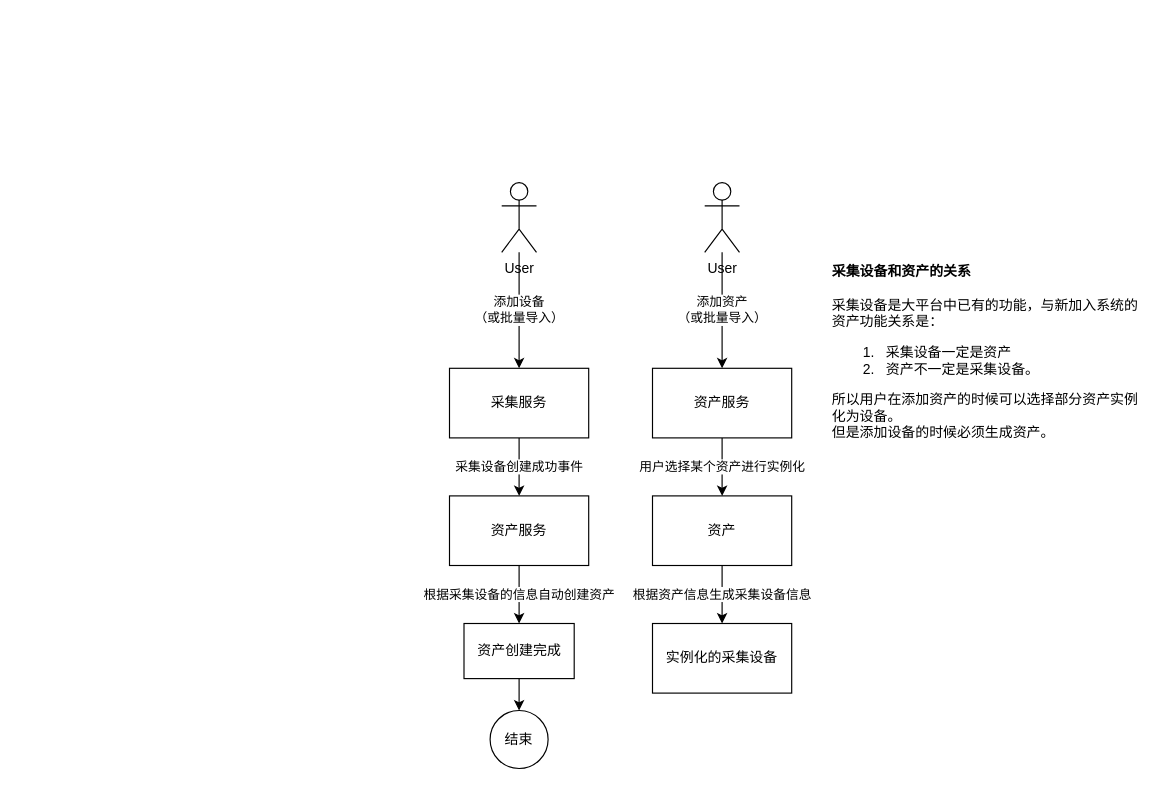
Above: page "根据设备生成资产" (4 of 4) of test.drawio in Jarris3154/drawios (draw.io), before the change. Source tidied: cells renumbered, new cells numbered last; positions are measured from the earlier drawing's top-left corner, leaving out a move shared by most shapes. Both pictures are drawn from the tidied source at 116%, with x=0, y=0 at pixel (449, 182).
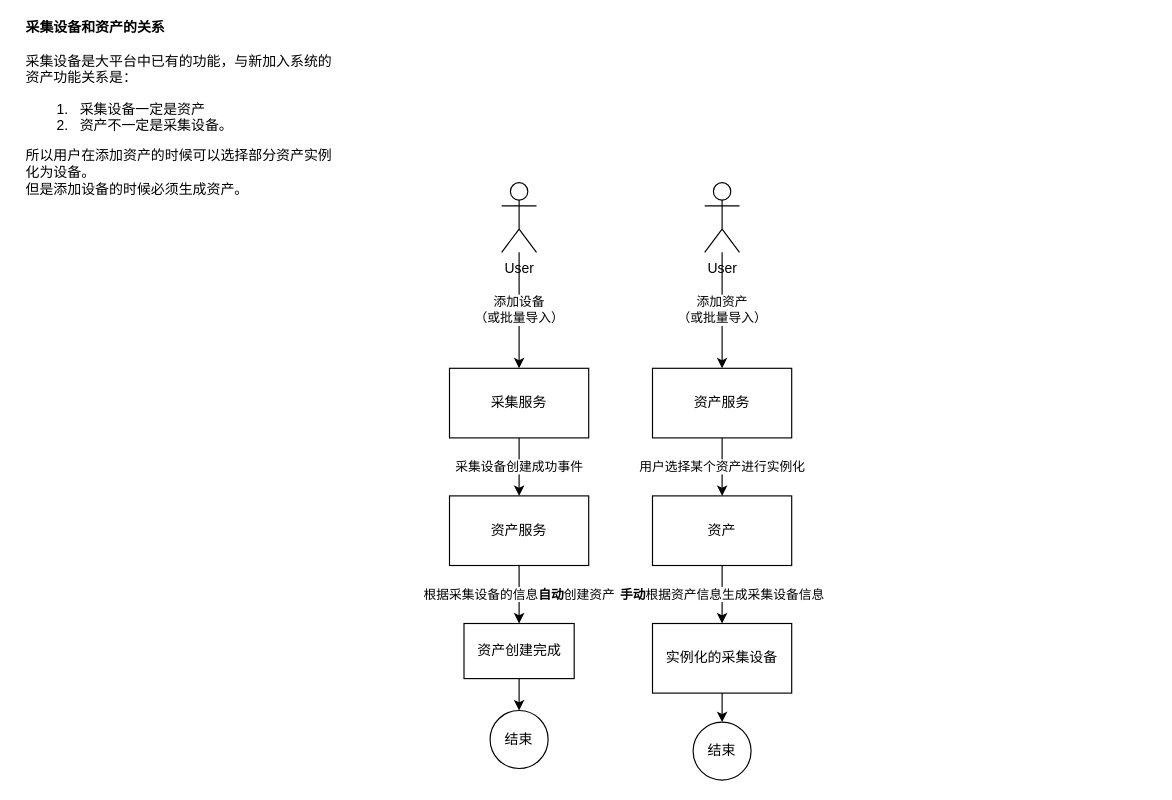
After the change.

Commit message:
更新自动生成设备和资产的关系

The change refers to these unchanged cells:
```xml
<mxCell id="3" value="资产服务" style="rounded=0;whiteSpace=wrap;html=1;" parent="1" vertex="1">
  <mxGeometry y="270" width="120" height="60" as="geometry" />
</mxCell>
<mxCell id="9" value="资产" style="rounded=0;whiteSpace=wrap;html=1;" parent="1" vertex="1">
  <mxGeometry x="175" y="270" width="120" height="60" as="geometry" />
</mxCell>
<mxCell id="15" value="资产创建完成" style="rounded=0;whiteSpace=wrap;html=1;" parent="1" vertex="1">
  <mxGeometry x="12.5" y="380" width="95" height="47.5" as="geometry" />
</mxCell>
<mxCell id="17" value="实例化的采集设备" style="rounded=0;whiteSpace=wrap;html=1;" parent="1" vertex="1">
  <mxGeometry x="175" y="380" width="120" height="60" as="geometry" />
</mxCell>
```

Diff of the diagram source:
```diff
@@
-    <mxCell id="2" value="根据采集设备的信息自动创建资产" style="edgeStyle=none;rounded=0;jettySize=auto;html=1;entryX=0.5;entryY=0;entryDx=0;entryDy=0;" parent="1" edge="1" source="3" target="15">
+    <mxCell id="2" value="根据采集设备的信息&lt;b&gt;自动&lt;/b&gt;创建资产" style="edgeStyle=none;rounded=0;jettySize=auto;html=1;entryX=0.5;entryY=0;entryDx=0;entryDy=0;" parent="1" edge="1" source="3" target="15">
       <mxGeometry relative="1" as="geometry" />
     </mxCell>
@@
-    <mxCell id="8" value="根据资产信息生成采集设备信息" style="edgeStyle=none;rounded=0;jettySize=auto;html=1;entryX=0.5;entryY=0;entryDx=0;entryDy=0;" parent="1" edge="1" source="9" target="17">
+    <mxCell id="8" value="&lt;b&gt;手动&lt;/b&gt;根据资产信息生成采集设备信息" style="edgeStyle=none;rounded=0;jettySize=auto;html=1;entryX=0.5;entryY=0;entryDx=0;entryDy=0;" parent="1" edge="1" source="9" target="17">
       <mxGeometry relative="1" as="geometry" />
     </mxCell>
@@
+    <mxCell id="19" style="edgeStyle=none;rounded=0;jettySize=auto;html=1;entryX=0.5;entryY=0;entryDx=0;entryDy=0;" parent="1" edge="1" source="17" target="20">
+      <mxGeometry relative="1" as="geometry" />
+    </mxCell>
@@
     <mxCell id="18" value="&lt;div&gt;&lt;b&gt;采集设备和资产的关系&lt;/b&gt;&lt;/div&gt;&lt;div&gt;&lt;b&gt;&lt;br&gt;&lt;/b&gt;&lt;/div&gt;&lt;div&gt;采集设备是大平台中已有的功能，与新加入系统的资产功能关系是：&lt;/div&gt;&lt;ol&gt;&lt;li&gt;&amp;nbsp; 采集设备一定是资产&lt;/li&gt;&lt;li&gt;&amp;nbsp; 资产不一定是采集设备。&lt;/li&gt;&lt;/ol&gt;&lt;div&gt;所以用户在添加资产的时候可以选择部分资产实例化为设备。&lt;/div&gt;&lt;div&gt;但是添加设备的时候必须生成资产。&lt;br&gt;&lt;/div&gt;" style="text;html=1;spacing=5;spacingTop=-20;whiteSpace=wrap;overflow=hidden;rounded=0;" parent="1" vertex="1">
-      <mxGeometry x="325" y="80" width="280" height="150" as="geometry" />
+      <mxGeometry x="-370" y="-130" width="280" height="150" as="geometry" />
     </mxCell>
+    <mxCell id="20" value="结束" style="ellipse;whiteSpace=wrap;html=1;" parent="1" vertex="1">
+      <mxGeometry x="210" y="465" width="50" height="50" as="geometry" />
+    </mxCell>
```
